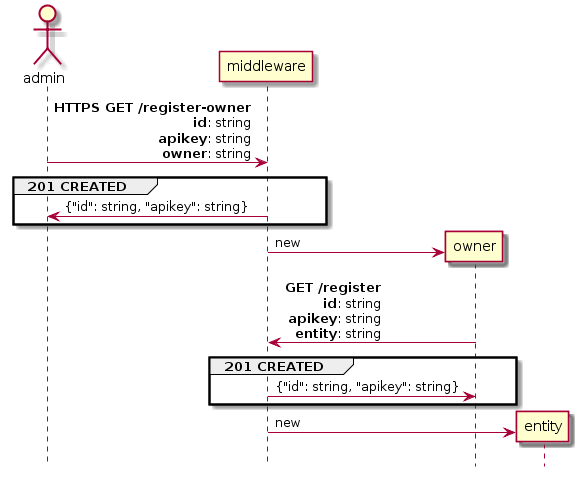
rbccps-iisc/corinthian keeps this PlantUML diagram as DOCS/register.png. Above is the earlier version.
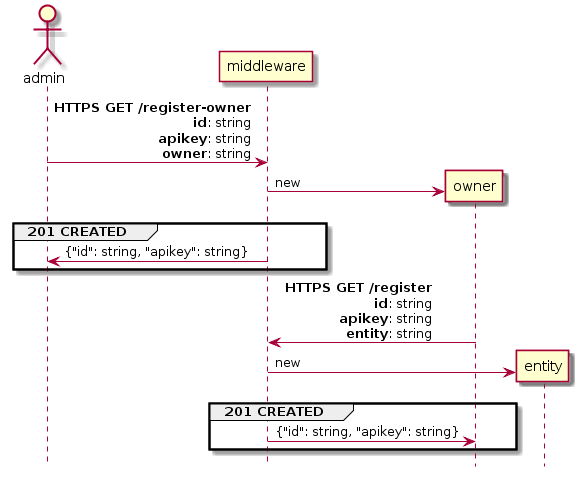
The same file after the commit.

Change to the diagram source:
```diff
@@ -4,18 +4,18 @@
 
 admin -> middleware: **HTTPS GET /register-owner**\r**id**: string\r**apikey**: string\r**owner**: string
 
+create owner
+middleware -> owner : new
+
 group 201 CREATED
 middleware -> admin: {"id": string, "apikey": string}
 end
 
-create owner
-middleware -> owner : new
 
-owner -> middleware: **GET /register**\r**id**: string\r**apikey**: string\r**entity**: string
+owner -> middleware: **HTTPS GET /register**\r**id**: string\r**apikey**: string\r**entity**: string
+create entity
+middleware -> entity : new
 group 201 CREATED
 middleware -> owner: {"id": string, "apikey": string}
 end
-
-create entity
-middleware -> entity : new
 @enduml
```
